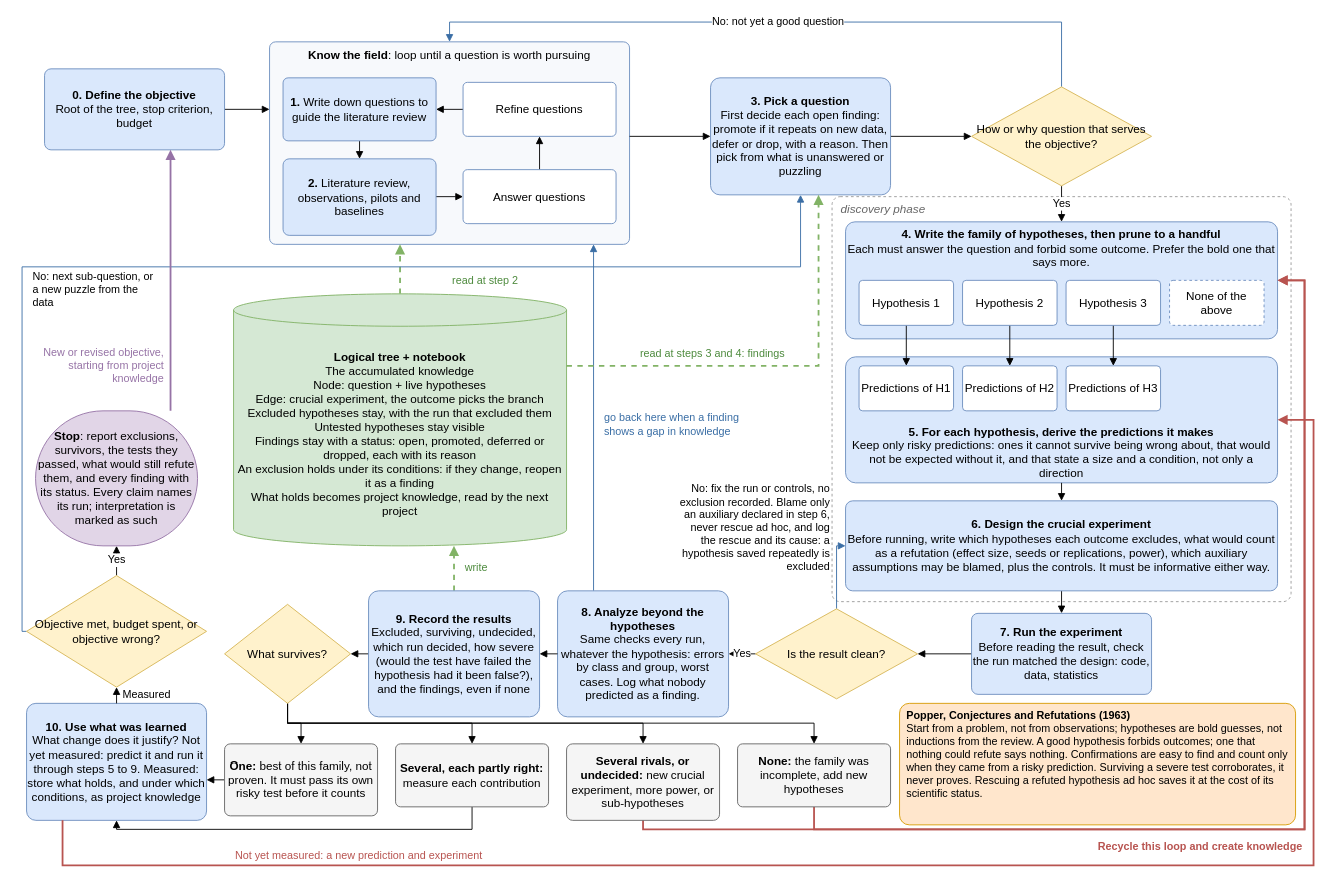
Earlier version of the draw.io diagram strong_inference_workflow.drawio (LucasCra/strong-inference-walkthrough). Source tidied: cells renumbered, new cells numbered last; positions are measured from the earlier drawing's top-left corner, leaving out a move shared by most shapes. Both pictures are drawn from the tidied source at 90%, with x=0, y=0 at pixel (22, 22).
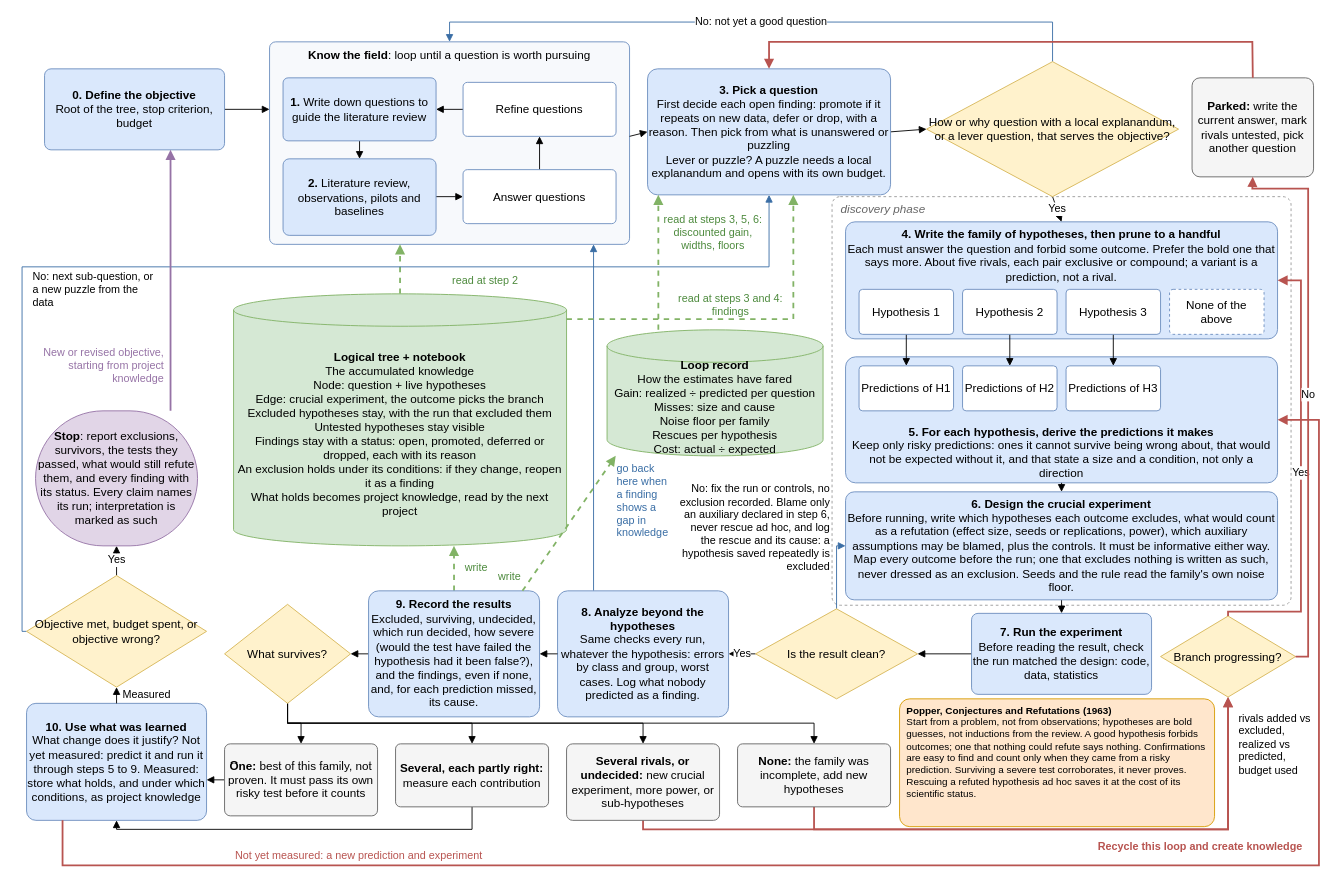
After the change.

Commit message (it also covers changes not shown here):
Add the loop record, miss causes and the branch gate to the walkthrough

The page and the diagram now show the three mechanisms added after the
workflow's first real run: a loop record of how the estimates fared,
the cause of each missed prediction, and a gate that parks a branch
whose rivals grow faster than they close. Matches commit 2eaa0ee of
the research repository.

Unchanged cells that the change refers to:
```xml
<mxCell id="3" value="&lt;b&gt;Know the field&lt;/b&gt;: loop until a question is worth pursuing" style="rounded=1;arcSize=3;whiteSpace=wrap;html=1;fillColor=#f7f9fc;strokeColor=#6c8ebf;verticalAlign=top;fontSize=13;" parent="1" vertex="1">
  <mxGeometry x="275" y="22" width="400" height="225" as="geometry" />
</mxCell>
<mxCell id="5" value="&lt;b&gt;5. For each hypothesis, derive the predictions it makes&lt;/b&gt;&lt;br&gt;Keep only risky predictions: ones it cannot survive being wrong about, that would not be expected without it, and that state a size and a condition, not only a direction" style="rounded=1;arcSize=8;whiteSpace=wrap;html=1;fillColor=#dae8fc;strokeColor=#6c8ebf;fontSize=13;verticalAlign=bottom;" parent="1" vertex="1">
  <mxGeometry x="915" y="372" width="480" height="140" as="geometry" />
</mxCell>
<mxCell id="58" value="&lt;b&gt;Several rivals, or undecided:&lt;/b&gt; new crucial experiment, more power, or sub-hypotheses" style="rounded=1;arcSize=8;whiteSpace=wrap;html=1;fillColor=#f5f5f5;strokeColor=#666666;fontSize=13;" parent="1" vertex="1">
  <mxGeometry x="605" y="802" width="170" height="85" as="geometry" />
</mxCell>
<mxCell id="59" value="&lt;b&gt;None:&lt;/b&gt; the family was incomplete, add new hypotheses" style="rounded=1;arcSize=8;whiteSpace=wrap;html=1;fillColor=#f5f5f5;strokeColor=#666666;fontSize=13;" parent="1" vertex="1">
  <mxGeometry x="795" y="802" width="170" height="70" as="geometry" />
</mxCell>
<mxCell id="60" value="Objective met, budget spent, or objective wrong?" style="rhombus;whiteSpace=wrap;html=1;fillColor=#fff2cc;strokeColor=#d6b656;fontSize=13;" parent="1" vertex="1">
  <mxGeometry x="5" y="615" width="200" height="124" as="geometry" />
</mxCell>
<mxCell id="62" value="&lt;b&gt;Logical tree + notebook&lt;/b&gt;&lt;br&gt;The accumulated knowledge&lt;br&gt;Node: question + live hypotheses&lt;br&gt;Edge: crucial experiment, the outcome picks the branch&lt;br&gt;Excluded hypotheses stay, with the run that excluded them&lt;br&gt;Untested hypotheses stay visible&lt;br&gt;Findings stay with a status: open, promoted, deferred or dropped, each with its reason&lt;br&gt;An exclusion holds under its conditions: if they change, reopen it as a finding&lt;br&gt;What holds becomes project knowledge, read by the next project" style="shape=cylinder3;whiteSpace=wrap;html=1;boundedLbl=1;backgroundOutline=1;size=18;fillColor=#d5e8d4;strokeColor=#82b366;fontSize=13;" parent="1" vertex="1">
  <mxGeometry x="235" y="302" width="370" height="280" as="geometry" />
</mxCell>
<mxCell id="71" value="&lt;b&gt;10. Use what was learned&lt;/b&gt;&lt;br&gt;What change does it justify? Not yet measured: predict it and run it through steps 5 to 9. Measured: store what holds, and under which conditions, as project knowledge" style="rounded=1;arcSize=8;whiteSpace=wrap;html=1;fillColor=#dae8fc;strokeColor=#6c8ebf;fontSize=13;" parent="1" vertex="1">
  <mxGeometry x="5" y="757" width="200" height="130" as="geometry" />
</mxCell>
```

The edit, as a diff of the source:
```diff
@@
     <mxCell id="2" value="discovery phase" style="rounded=1;arcSize=2;whiteSpace=wrap;html=1;fillColor=none;strokeColor=#999999;dashed=1;verticalAlign=top;align=left;spacingLeft=8;fontStyle=2;fontColor=#666666;fontSize=13;" parent="1" vertex="1">
-      <mxGeometry x="900" y="194" width="510" height="450" as="geometry" />
+      <mxGeometry x="900" y="194" width="510" height="454" as="geometry" />
     </mxCell>
@@
-    <mxCell id="4" value="&lt;b&gt;4. Write the family of hypotheses, then prune to a handful&lt;/b&gt;&lt;br&gt;Each must answer the question and forbid some outcome. Prefer the bold one that says more." style="rounded=1;arcSize=8;whiteSpace=wrap;html=1;fillColor=#dae8fc;strokeColor=#6c8ebf;fontSize=13;verticalAlign=top;" parent="1" vertex="1">
+    <mxCell id="4" value="&lt;b&gt;4. Write the family of hypotheses, then prune to a handful&lt;/b&gt;&lt;br&gt;Each must answer the question and forbid some outcome. Prefer the bold one that says more. About five rivals, each pair exclusive or compound; a variant is a prediction, not a rival." style="rounded=1;arcSize=8;whiteSpace=wrap;html=1;fillColor=#dae8fc;strokeColor=#6c8ebf;fontSize=13;verticalAlign=top;" parent="1" vertex="1">
       <mxGeometry x="915" y="222" width="480" height="130" as="geometry" />
     </mxCell>
@@
     <mxCell id="13" value="No: not yet a good question" style="edgeStyle=none;html=1;rounded=0;endArrow=block;exitX=0.5;exitY=0;exitDx=0;exitDy=0;entryX=0.5;entryY=0;entryDx=0;entryDy=0;strokeColor=#3a6ea5;labelBackgroundColor=#ffffff;fontSize=12;" parent="1" edge="1" source="43" target="3">
       <mxGeometry relative="1" as="geometry">
         <Array as="points">
-          <mxPoint x="1155" />
+          <mxPoint x="1145" />
           <mxPoint x="475" />
         </Array>
       </mxGeometry>
     </mxCell>
@@
-    <mxCell id="31" style="edgeStyle=none;html=1;rounded=0;endArrow=block;exitX=0.5;exitY=1;exitDx=0;exitDy=0;entryX=1;entryY=0.5;entryDx=0;entryDy=0;strokeColor=#b85450;strokeWidth=2;" parent="1" edge="1" source="58" target="4">
+    <mxCell id="31" style="edgeStyle=none;html=1;rounded=0;endArrow=block;exitX=0.5;exitY=1;exitDx=0;exitDy=0;entryX=0.5;entryY=1;entryDx=0;entryDy=0;strokeColor=#b85450;strokeWidth=2;" parent="1" edge="1" source="58" target="86">
       <mxGeometry relative="1" as="geometry">
         <Array as="points">
           <mxPoint x="690" y="897" />
-          <mxPoint x="1425" y="897" />
-          <mxPoint x="1425" y="287" />
+          <mxPoint x="1340" y="897" />
         </Array>
       </mxGeometry>
     </mxCell>
-    <mxCell id="32" style="edgeStyle=none;html=1;rounded=0;endArrow=block;exitX=0.5;exitY=1;exitDx=0;exitDy=0;entryX=1;entryY=0.5;entryDx=0;entryDy=0;strokeColor=#b85450;strokeWidth=2;" parent="1" edge="1" source="59" target="4">
+    <mxCell id="32" style="edgeStyle=none;html=1;rounded=0;endArrow=block;exitX=0.5;exitY=1;exitDx=0;exitDy=0;entryX=0.5;entryY=1;entryDx=0;entryDy=0;strokeColor=#b85450;strokeWidth=2;" parent="1" edge="1" source="59" target="86">
       <mxGeometry relative="1" as="geometry">
         <Array as="points">
           <mxPoint x="880" y="897" />
-          <mxPoint x="1425" y="897" />
-          <mxPoint x="1425" y="287" />
+          <mxPoint x="1340" y="897" />
         </Array>
       </mxGeometry>
     </mxCell>
@@
     <mxCell id="36" style="edgeStyle=none;html=1;rounded=0;endArrow=block;exitX=0;exitY=0.5;exitDx=0;exitDy=0;entryX=0.5;entryY=1;entryDx=0;entryDy=0;strokeColor=#3a6ea5;" parent="1" edge="1" source="60" target="42">
       <mxGeometry relative="1" as="geometry">
         <Array as="points">
           <mxPoint y="677" />
           <mxPoint y="272" />
-          <mxPoint x="865" y="272" />
+          <mxPoint x="830" y="272" />
         </Array>
       </mxGeometry>
     </mxCell>
@@
-    <mxCell id="42" value="&lt;b&gt;3. Pick a question&lt;/b&gt;&lt;br&gt;First decide each open finding: promote if it repeats on new data, defer or drop, with a reason. Then pick from what is unanswered or puzzling" style="rounded=1;arcSize=8;whiteSpace=wrap;html=1;fillColor=#dae8fc;strokeColor=#6c8ebf;fontSize=13;" parent="1" vertex="1">
-      <mxGeometry x="765" y="62" width="200" height="130" as="geometry" />
+    <mxCell id="42" value="&lt;b&gt;3. Pick a question&lt;/b&gt;&lt;br&gt;First decide each open finding: promote if it repeats on new data, defer or drop, with a reason. Then pick from what is unanswered or puzzling&lt;br&gt;Lever or puzzle? A puzzle needs a local explanandum and opens with its own budget." style="rounded=1;arcSize=8;whiteSpace=wrap;html=1;fillColor=#dae8fc;strokeColor=#6c8ebf;fontSize=13;" parent="1" vertex="1">
+      <mxGeometry x="695" y="52" width="270" height="140" as="geometry" />
     </mxCell>
-    <mxCell id="43" value="How or why question that serves the objective?" style="rhombus;whiteSpace=wrap;html=1;fillColor=#fff2cc;strokeColor=#d6b656;fontSize=13;" parent="1" vertex="1">
-      <mxGeometry x="1055" y="72" width="200" height="110" as="geometry" />
+    <mxCell id="43" value="How or why question with a local explanandum, or a lever question, that serves the objective?" style="rhombus;whiteSpace=wrap;html=1;fillColor=#fff2cc;strokeColor=#d6b656;fontSize=13;" parent="1" vertex="1">
+      <mxGeometry x="1005" y="44" width="280" height="150" as="geometry" />
     </mxCell>
     <mxCell id="44" value="Hypothesis 1" style="rounded=1;arcSize=8;whiteSpace=wrap;html=1;fillColor=#ffffff;strokeColor=#6c8ebf;fontSize=13;" parent="1" vertex="1">
-      <mxGeometry x="930" y="287" width="105" height="50" as="geometry" />
+      <mxGeometry x="930" y="297" width="105" height="50" as="geometry" />
     </mxCell>
     <mxCell id="45" value="Hypothesis 2" style="rounded=1;arcSize=8;whiteSpace=wrap;html=1;fillColor=#ffffff;strokeColor=#6c8ebf;fontSize=13;" parent="1" vertex="1">
-      <mxGeometry x="1045" y="287" width="105" height="50" as="geometry" />
+      <mxGeometry x="1045" y="297" width="105" height="50" as="geometry" />
     </mxCell>
     <mxCell id="46" value="Hypothesis 3" style="rounded=1;arcSize=8;whiteSpace=wrap;html=1;fillColor=#ffffff;strokeColor=#6c8ebf;fontSize=13;" parent="1" vertex="1">
-      <mxGeometry x="1160" y="287" width="105" height="50" as="geometry" />
+      <mxGeometry x="1160" y="297" width="105" height="50" as="geometry" />
     </mxCell>
     <mxCell id="47" value="None of the above" style="rounded=1;arcSize=8;whiteSpace=wrap;html=1;fillColor=#ffffff;strokeColor=#6c8ebf;fontSize=13;dashed=1;" parent="1" vertex="1">
-      <mxGeometry x="1275" y="287" width="105" height="50" as="geometry" />
+      <mxGeometry x="1275" y="297" width="105" height="50" as="geometry" />
     </mxCell>
@@
-    <mxCell id="51" value="&lt;b&gt;6. Design the crucial experiment&lt;/b&gt;&lt;br&gt;Before running, write which hypotheses each outcome excludes, what would count as a refutation (effect size, seeds or replications, power), which auxiliary assumptions may be blamed, plus the controls. It must be informative either way." style="rounded=1;arcSize=8;whiteSpace=wrap;html=1;fillColor=#dae8fc;strokeColor=#6c8ebf;fontSize=13;" parent="1" vertex="1">
-      <mxGeometry x="915" y="532" width="480" height="100" as="geometry" />
+    <mxCell id="51" value="&lt;b&gt;6. Design the crucial experiment&lt;/b&gt;&lt;br&gt;Before running, write which hypotheses each outcome excludes, what would count as a refutation (effect size, seeds or replications, power), which auxiliary assumptions may be blamed, plus the controls. It must be informative either way. Map every outcome before the run; one that excludes nothing is written as such, never dressed as an exclusion. Seeds and the rule read the family's own noise floor." style="rounded=1;arcSize=8;whiteSpace=wrap;html=1;fillColor=#dae8fc;strokeColor=#6c8ebf;fontSize=13;" parent="1" vertex="1">
+      <mxGeometry x="915" y="522" width="480" height="120" as="geometry" />
     </mxCell>
@@
-    <mxCell id="54" value="&lt;b&gt;9. Record the results&lt;/b&gt;&lt;br&gt;Excluded, surviving, undecided, which run decided, how severe (would the test have failed the hypothesis had it been false?), and the findings, even if none" style="rounded=1;arcSize=8;whiteSpace=wrap;html=1;fillColor=#dae8fc;strokeColor=#6c8ebf;fontSize=13;" parent="1" vertex="1">
+    <mxCell id="54" value="&lt;b&gt;9. Record the results&lt;/b&gt;&lt;br&gt;Excluded, surviving, undecided, which run decided, how severe (would the test have failed the hypothesis had it been false?), and the findings, even if none, and, for each prediction missed, its cause." style="rounded=1;arcSize=8;whiteSpace=wrap;html=1;fillColor=#dae8fc;strokeColor=#6c8ebf;fontSize=13;" parent="1" vertex="1">
       <mxGeometry x="385" y="632" width="190" height="140" as="geometry" />
     </mxCell>
@@
     <mxCell id="67" value="go back here when a finding shows a gap in knowledge" style="text;html=1;whiteSpace=wrap;strokeColor=none;fillColor=none;align=center;verticalAlign=middle;rounded=0;fontSize=12;align=left;fontColor=#3a6ea5;" parent="1" vertex="1">
-      <mxGeometry x="645" y="422" width="170" height="50" as="geometry" />
+      <mxGeometry x="659" y="487" width="64" height="90" as="geometry" />
     </mxCell>
-    <mxCell id="68" style="edgeStyle=none;html=1;rounded=0;endArrow=block;exitX=1;exitY=0.2857;exitDx=0;exitDy=0;entryX=0.6;entryY=1;entryDx=0;entryDy=0;dashed=1;strokeColor=#82b366;strokeWidth=2;" parent="1" edge="1" source="62" target="42">
+    <mxCell id="68" style="edgeStyle=none;html=1;rounded=0;endArrow=block;exitX=1;exitY=0.1;exitDx=0;exitDy=0;entryX=0.6;entryY=1;entryDx=0;entryDy=0;dashed=1;strokeColor=#82b366;strokeWidth=2;" parent="1" edge="1" source="62" target="42">
       <mxGeometry relative="1" as="geometry">
         <Array as="points">
-          <mxPoint x="885" y="382" />
+          <mxPoint x="857" y="330" />
         </Array>
       </mxGeometry>
     </mxCell>
     <mxCell id="69" value="read at steps 3 and 4: findings" style="text;html=1;whiteSpace=wrap;strokeColor=none;fillColor=none;align=center;verticalAlign=middle;rounded=0;fontSize=12;fontColor=#4d8a3d;" parent="1" vertex="1">
-      <mxGeometry x="660" y="358" width="215" height="22" as="geometry" />
+      <mxGeometry x="720" y="300" width="135" height="28" as="geometry" />
     </mxCell>
@@
     <mxCell id="74" style="edgeStyle=none;html=1;rounded=0;endArrow=block;exitX=0.2;exitY=1;exitDx=0;exitDy=0;entryX=1;entryY=0.5;entryDx=0;entryDy=0;strokeColor=#b85450;strokeWidth=2;" parent="1" edge="1" source="71" target="5">
       <mxGeometry relative="1" as="geometry">
         <Array as="points">
           <mxPoint x="45" y="937" />
-          <mxPoint x="1435" y="937" />
-          <mxPoint x="1435" y="442" />
+          <mxPoint x="1441" y="937" />
+          <mxPoint x="1441" y="442" />
         </Array>
       </mxGeometry>
     </mxCell>
@@
-    <mxCell id="79" value="&lt;b&gt;Popper, Conjectures and Refutations (1963)&lt;/b&gt;&lt;br&gt;Start from a problem, not from observations; hypotheses are bold guesses, not inductions from the review. A good hypothesis forbids outcomes; one that nothing could refute says nothing. Confirmations are easy to find and count only when they came from a risky prediction. Surviving a severe test corroborates, it never proves. Rescuing a refuted hypothesis ad hoc saves it at the cost of its scientific status." style="rounded=1;arcSize=8;whiteSpace=wrap;html=1;fillColor=#ffe6cc;strokeColor=#d79b00;fontSize=12;verticalAlign=top;align=left;spacingLeft=6;spacingRight=6;" parent="1" vertex="1">
-      <mxGeometry x="975" y="757" width="440" height="135" as="geometry" />
+    <mxCell id="79" value="&lt;b&gt;Popper, Conjectures and Refutations (1963)&lt;/b&gt;&lt;br&gt;Start from a problem, not from observations; hypotheses are bold guesses, not inductions from the review. A good hypothesis forbids outcomes; one that nothing could refute says nothing. Confirmations are easy to find and count only when they came from a risky prediction. Surviving a severe test corroborates, it never proves. Rescuing a refuted hypothesis ad hoc saves it at the cost of its scientific status." style="rounded=1;arcSize=8;whiteSpace=wrap;html=1;fillColor=#ffe6cc;strokeColor=#d79b00;fontSize=11;verticalAlign=top;align=left;spacingLeft=6;spacingRight=6;" parent="1" vertex="1">
+      <mxGeometry x="975" y="752" width="350" height="142" as="geometry" />
     </mxCell>
@@
+    <mxCell id="81" value="&lt;b&gt;Loop record&lt;/b&gt;&lt;br&gt;How the estimates have fared&lt;br&gt;Gain: realized ÷ predicted per question&lt;br&gt;Misses: size and cause&lt;br&gt;Noise floor per family&lt;br&gt;Rescues per hypothesis&lt;br&gt;Cost: actual ÷ expected" style="shape=cylinder3;whiteSpace=wrap;html=1;boundedLbl=1;backgroundOutline=1;size=18;fillColor=#d5e8d4;strokeColor=#82b366;fontSize=13;" parent="1" vertex="1">
+      <mxGeometry x="650" y="342" width="240" height="140" as="geometry" />
+    </mxCell>
+    <mxCell id="82" style="edgeStyle=none;html=1;rounded=0;endArrow=block;exitX=0.2375;exitY=0;exitDx=0;exitDy=0;entryX=0.0444;entryY=1;entryDx=0;entryDy=0;dashed=1;strokeColor=#82b366;strokeWidth=2;" parent="1" edge="1" source="81" target="42">
+      <mxGeometry relative="1" as="geometry" />
+    </mxCell>
+    <mxCell id="83" value="read at steps 3, 5, 6: discounted gain, widths, floors" style="text;html=1;whiteSpace=wrap;strokeColor=none;fillColor=none;align=center;verticalAlign=middle;rounded=0;fontSize=12;fontColor=#4d8a3d;" parent="1" vertex="1">
+      <mxGeometry x="712" y="204" width="112" height="60" as="geometry" />
+    </mxCell>
+    <mxCell id="84" style="edgeStyle=none;html=1;rounded=0;endArrow=block;exitX=0.9;exitY=0;exitDx=0;exitDy=0;entryX=0.04;entryY=1;entryDx=0;entryDy=0;dashed=1;strokeColor=#82b366;strokeWidth=2;" parent="1" edge="1" source="54" target="81">
+      <mxGeometry relative="1" as="geometry" />
+    </mxCell>
+    <mxCell id="85" value="write" style="text;html=1;whiteSpace=wrap;strokeColor=none;fillColor=none;align=center;verticalAlign=middle;rounded=0;fontSize=12;fontColor=#4d8a3d;" parent="1" vertex="1">
+      <mxGeometry x="526" y="607" width="32" height="20" as="geometry" />
+    </mxCell>
+    <mxCell id="86" value="Branch progressing?" style="rhombus;whiteSpace=wrap;html=1;fillColor=#fff2cc;strokeColor=#d6b656;fontSize=13;" parent="1" vertex="1">
+      <mxGeometry x="1265" y="660" width="150" height="90" as="geometry" />
+    </mxCell>
+    <mxCell id="87" value="rivals added vs excluded, realized vs predicted, budget used" style="text;html=1;whiteSpace=wrap;strokeColor=none;fillColor=none;align=left;verticalAlign=top;rounded=0;fontSize=12;" parent="1" vertex="1">
+      <mxGeometry x="1350" y="760" width="88" height="100" as="geometry" />
+    </mxCell>
+    <mxCell id="88" value="Yes" style="edgeStyle=none;html=1;rounded=0;endArrow=block;exitX=0.5;exitY=0;exitDx=0;exitDy=0;entryX=1;entryY=0.5;entryDx=0;entryDy=0;strokeColor=#b85450;strokeWidth=2;labelBackgroundColor=#ffffff;fontSize=12;" parent="1" edge="1" source="86" target="4">
+      <mxGeometry relative="1" as="geometry">
+        <Array as="points">
+          <mxPoint x="1340" y="655" />
+          <mxPoint x="1421" y="655" />
+          <mxPoint x="1421" y="287" />
+        </Array>
+      </mxGeometry>
+    </mxCell>
+    <mxCell id="89" value="&lt;b&gt;Parked:&lt;/b&gt; write the current answer, mark rivals untested, pick another question" style="rounded=1;arcSize=8;whiteSpace=wrap;html=1;fillColor=#f5f5f5;strokeColor=#666666;fontSize=13;" parent="1" vertex="1">
+      <mxGeometry x="1300" y="62" width="135" height="110" as="geometry" />
+    </mxCell>
+    <mxCell id="90" value="No" style="edgeStyle=none;html=1;rounded=0;endArrow=block;exitX=1;exitY=0.5;exitDx=0;exitDy=0;entryX=0.5;entryY=1;entryDx=0;entryDy=0;strokeColor=#b85450;strokeWidth=2;labelBackgroundColor=#ffffff;fontSize=12;" parent="1" edge="1" source="86" target="89">
+      <mxGeometry relative="1" as="geometry">
+        <Array as="points">
+          <mxPoint x="1429" y="705" />
+          <mxPoint x="1429" y="185" />
+          <mxPoint x="1367" y="185" />
+        </Array>
+      </mxGeometry>
+    </mxCell>
+    <mxCell id="91" style="edgeStyle=none;html=1;rounded=0;endArrow=block;exitX=0.5;exitY=0;exitDx=0;exitDy=0;entryX=0.5;entryY=0;entryDx=0;entryDy=0;strokeColor=#b85450;strokeWidth=2;" parent="1" edge="1" source="89" target="42">
+      <mxGeometry relative="1" as="geometry">
+        <Array as="points">
+          <mxPoint x="1367" y="22" />
+          <mxPoint x="830" y="22" />
+        </Array>
+      </mxGeometry>
+    </mxCell>
```
